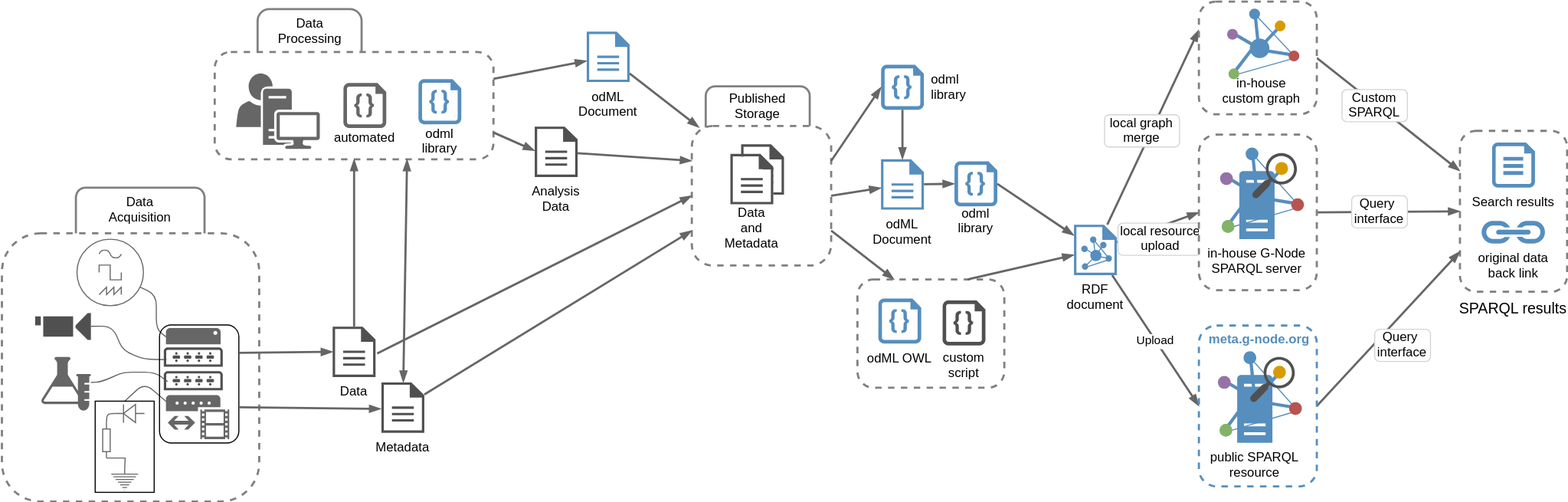
This is 201911a_odml_rdf_article/figures/workflowSchema.svg from mpsonntag/prespost, a draw.io export, as it was before one commit. Source tidied: cells renumbered, new cells last; positions are measured from the earlier drawing's top-left corner, leaving out a move shared by most shapes.
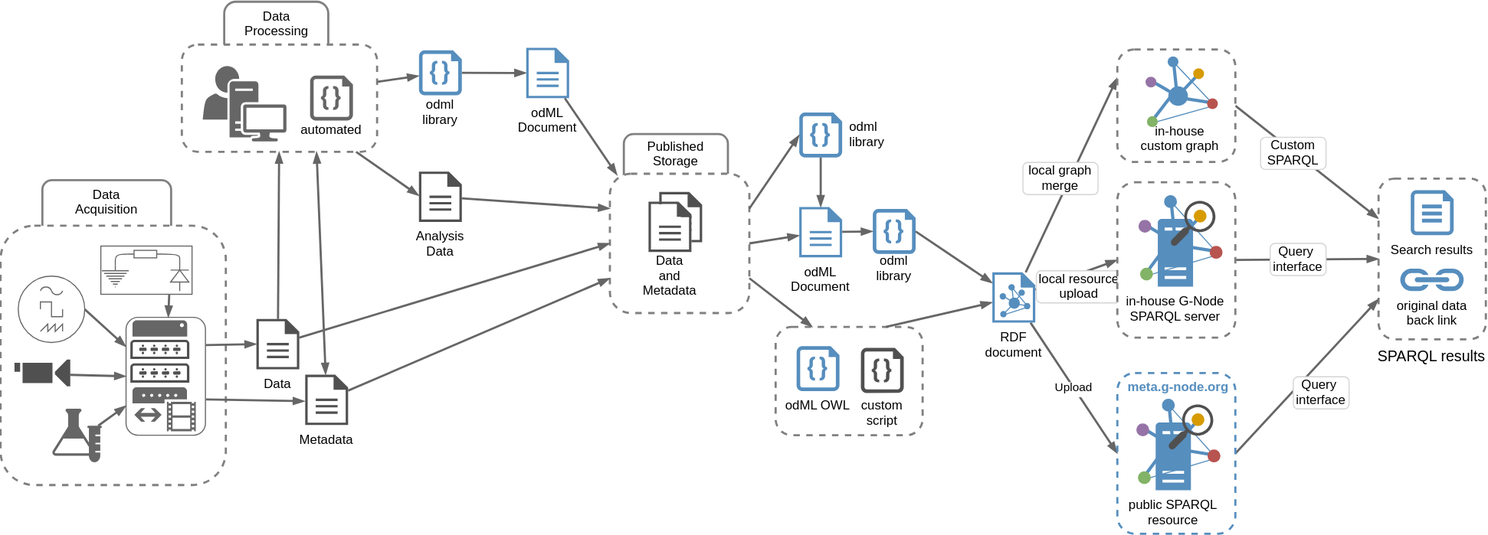
After the commit.

Commit message:
[201911 RDF article] Condense workflowschema

The edit, as a diff of the source:
```diff
@@ -6,10 +6,10 @@
       <mxGeometry x="798" y="259" width="137" height="101" as="geometry" />
     </mxCell>
     <mxCell id="3" style="rounded=1;whiteSpace=wrap;strokeColor=#808080;strokeWidth=2;fillColor=none;gradientColor=none;" parent="1" vertex="1">
-      <mxGeometry x="238.5" y="7" width="97" height="73" as="geometry" />
+      <mxGeometry x="284" y="-44.5" width="97" height="73" as="geometry" />
     </mxCell>
     <mxCell id="4" style="rounded=1;dashed=1;strokeColor=#808080;strokeWidth=2;fillColor=#ffffff;gradientColor=none;fontSize=14;fontColor=#808080;" parent="1" vertex="1">
-      <mxGeometry x="198.5" y="47" width="260" height="100" as="geometry" />
+      <mxGeometry x="244.5" y="-4.5" width="182" height="100" as="geometry" />
     </mxCell>
     <mxCell id="5" style="rounded=1;whiteSpace=wrap;strokeColor=#808080;strokeWidth=2;fillColor=none;gradientColor=none;" parent="1" vertex="1">
       <mxGeometry x="656.5" y="79" width="97" height="60" as="geometry" />
@@ -18,117 +18,31 @@
       <mxGeometry x="643.5" y="116" width="130" height="130" as="geometry" />
     </mxCell>
     <mxCell id="7" style="rounded=1;whiteSpace=wrap;strokeColor=#808080;strokeWidth=2;fillColor=none;gradientColor=none;" parent="1" vertex="1">
-      <mxGeometry x="69" y="173.5" width="120" height="60" as="geometry" />
+      <mxGeometry x="114.5" y="122" width="120" height="60" as="geometry" />
     </mxCell>
     <mxCell id="8" style="rounded=1;whiteSpace=wrap;dashed=1;strokeColor=#808080;strokeWidth=2;fillColor=#ffffff;gradientColor=none;fontSize=14;fontColor=#808080;" parent="1" vertex="1">
-      <mxGeometry y="216" width="240" height="250" as="geometry" />
+      <mxGeometry x="75.5" y="164.5" width="210" height="242" as="geometry" />
     </mxCell>
     <mxCell id="9" value="Data&#10;Acquisition" style="text;strokeColor=none;fillColor=none;align=center;verticalAlign=middle;rounded=0;" parent="1" vertex="1">
-      <mxGeometry x="109" y="184.5" width="40" height="20" as="geometry" />
+      <mxGeometry x="154.5" y="133" width="40" height="20" as="geometry" />
     </mxCell>
     <mxCell id="10" style="shadow=0;dashed=0;strokeColor=none;fillColor=#666666;labelPosition=center;verticalLabelPosition=bottom;verticalAlign=top;shape=mxgraph.office.concepts.lab;" parent="1" vertex="1">
-      <mxGeometry x="36" y="331.2" width="47" height="50" as="geometry" />
+      <mxGeometry x="123" y="335.2" width="47" height="50" as="geometry" />
     </mxCell>
     <mxCell id="11" style="perimeter=ellipsePerimeter;verticalLabelPosition=bottom;shadow=0;dashed=0;align=center;fillColor=#ffffff;verticalAlign=top;strokeWidth=1;shape=mxgraph.electrical.instruments.signal_generator;strokeColor=#666666;" parent="1" vertex="1">
-      <mxGeometry x="70" y="221.5" width="62" height="62" as="geometry" />
+      <mxGeometry x="92" y="211.5" width="62" height="62" as="geometry" />
     </mxCell>
     <mxCell id="12" style="shadow=0;dashed=0;strokeColor=none;fillColor=#505050;labelPosition=center;verticalLabelPosition=bottom;verticalAlign=top;shape=mxgraph.office.devices.video_camera;" parent="1" vertex="1">
-      <mxGeometry x="31" y="290.4" width="52" height="25" as="geometry" />
+      <mxGeometry x="88.5" y="289.4" width="52" height="25" as="geometry" />
     </mxCell>
-    <mxCell id="13" style="endArrow=none;strokeColor=#666666;strokeWidth=1;fontSize=14;fontColor=#808080;entryX=0.005;entryY=0.854;entryPerimeter=0;" parent="1" edge="1" source="11" target="28">
-      <mxGeometry relative="1" as="geometry">
-        <Array as="points">
-          <mxPoint x="144" y="273.5" />
-          <mxPoint x="144" y="305.5" />
-        </Array>
-      </mxGeometry>
-    </mxCell>
-    <mxCell id="14" style="endArrow=none;strokeColor=#666666;strokeWidth=1;fontSize=14;fontColor=#808080;entryX=0.047;entryY=0.629;entryPerimeter=0;" parent="1" edge="1" source="12" target="30">
-      <mxGeometry relative="1" as="geometry">
-        <Array as="points">
-          <mxPoint x="103" y="302.5" />
-          <mxPoint x="113" y="325.5" />
-          <mxPoint x="133" y="333.5" />
-        </Array>
-      </mxGeometry>
-    </mxCell>
-    <mxCell id="15" style="endArrow=none;strokeColor=#666666;strokeWidth=1;fontSize=14;fontColor=#808080;entryX=0.064;entryY=0.545;entryPerimeter=0;" parent="1" edge="1" source="10" target="29">
-      <mxGeometry relative="1" as="geometry">
-        <Array as="points">
-          <mxPoint x="93" y="354.5" />
-          <mxPoint x="113" y="345.5" />
-          <mxPoint x="143" y="345.5" />
-        </Array>
-      </mxGeometry>
-    </mxCell>
-    <mxCell id="16" style="endArrow=none;strokeColor=#666666;strokeWidth=1;fontSize=14;fontColor=#808080;entryX=0.009;entryY=0.153;entryPerimeter=0;exitX=0.5;exitY=0;" parent="1" edge="1" source="18" target="27">
-      <mxGeometry relative="1" as="geometry">
-        <Array as="points">
-          <mxPoint x="133" y="355.5" />
-        </Array>
-      </mxGeometry>
-    </mxCell>
-    <mxCell id="17" style="group;" parent="1" vertex="1">
-      <mxGeometry x="87" y="372.5" width="55" height="85" as="geometry" />
-    </mxCell>
-    <mxCell id="18" style="rounded=0;whiteSpace=wrap;shadow=0;strokeColor=#000000;strokeWidth=1;fillColor=none;gradientColor=none;fontSize=14;fontColor=#808080;" parent="17" vertex="1">
-      <mxGeometry width="55" height="85" as="geometry" />
-    </mxCell>
-    <mxCell id="19" style="group;strokeColor=none;" parent="17" vertex="1">
-      <mxGeometry x="7" y="3" width="39" height="80" as="geometry" />
-    </mxCell>
-    <mxCell id="20" style="fillColor=#000000;verticalLabelPosition=bottom;shadow=0;dashed=0;align=center;fillColor=#ffffff;verticalAlign=top;strokeWidth=1;shape=mxgraph.electrical.diodes.diode;gradientColor=#ffffff;direction=west;strokeColor=#666666;" parent="19" vertex="1">
-      <mxGeometry x="11" width="28" height="17" as="geometry" />
-    </mxCell>
-    <mxCell id="21" style="verticalLabelPosition=bottom;shadow=0;dashed=0;align=center;fillColor=#ffffff;verticalAlign=top;strokeWidth=1;shape=mxgraph.electrical.signal_sources.protective_earth;strokeColor=#666666;" parent="19" vertex="1">
-      <mxGeometry x="8" y="60" width="25" height="20" as="geometry" />
-    </mxCell>
-    <mxCell id="22" style="endArrow=none;strokeColor=#666666;strokeWidth=1;fontSize=14;fontColor=#808080;rounded=0;entryX=1;entryY=0.5;entryPerimeter=0;exitX=0.5;exitY=0;exitPerimeter=0;" parent="19" edge="1" source="21" target="23">
-      <mxGeometry relative="1" as="geometry">
-        <Array as="points">
-          <mxPoint x="21" y="50" />
-        </Array>
-      </mxGeometry>
-    </mxCell>
-    <mxCell id="23" style="verticalLabelPosition=bottom;shadow=0;dashed=0;align=center;fillColor=#ffffff;verticalAlign=top;strokeWidth=1;shape=mxgraph.electrical.resistors.resistor_1;direction=south;strokeColor=#666666;" parent="19" vertex="1">
-      <mxGeometry y="17" width="7" height="33" as="geometry" />
-    </mxCell>
-    <mxCell id="24" style="endArrow=none;strokeColor=#666666;strokeWidth=1;fontSize=14;fontColor=#808080;rounded=1;exitX=1;exitY=0.5;exitPerimeter=0;entryX=0;entryY=0.5;entryPerimeter=0;" parent="19" edge="1" source="20" target="23">
-      <mxGeometry relative="1" as="geometry">
-        <Array as="points">
-          <mxPoint x="4" y="9" />
-        </Array>
-      </mxGeometry>
-    </mxCell>
-    <mxCell id="25" style="group;" parent="1" vertex="1">
-      <mxGeometry x="151" y="272.5" width="113" height="140" as="geometry" />
-    </mxCell>
-    <mxCell id="26" style="group;" parent="25" vertex="1">
-      <mxGeometry width="113" height="140" as="geometry" />
-    </mxCell>
-    <mxCell id="27" style="shadow=0;dashed=0;strokeColor=none;fillColor=#666666;labelPosition=center;verticalLabelPosition=bottom;verticalAlign=top;shape=mxgraph.office.devices.video_gateway;" parent="26" vertex="1">
-      <mxGeometry x="2" y="94.3" width="59" height="41" as="geometry" />
-    </mxCell>
-    <mxCell id="28" style="shadow=0;dashed=0;strokeColor=none;fillColor=#666666;labelPosition=center;verticalLabelPosition=bottom;verticalAlign=top;shape=(stored shape, 552 characters);" parent="26" vertex="1">
-      <mxGeometry x="2" width="51" height="47" as="geometry" />
-    </mxCell>
-    <mxCell id="29" style="shadow=0;dashed=0;strokeColor=none;fillColor=#505050;labelPosition=center;verticalLabelPosition=bottom;verticalAlign=top;shape=mxgraph.office.devices.switch;" parent="26" vertex="1">
-      <mxGeometry y="71.9" width="55" height="18" as="geometry" />
-    </mxCell>
-    <mxCell id="30" style="shadow=0;dashed=0;strokeColor=none;fillColor=#505050;labelPosition=center;verticalLabelPosition=bottom;verticalAlign=top;shape=mxgraph.office.devices.switch;" parent="26" vertex="1">
-      <mxGeometry y="49.9" width="55" height="18" as="geometry" />
-    </mxCell>
-    <mxCell id="31" style="rounded=1;whiteSpace=wrap;fillColor=none;" parent="26" vertex="1">
-      <mxGeometry x="-4" y="29" width="74" height="110" as="geometry" />
-    </mxCell>
     <mxCell id="32" value="automated" style="shadow=0;dashed=0;strokeColor=none;shape=mxgraph.azure.code_file;fillColor=#666666;spacingTop=60;" parent="1" vertex="1">
-      <mxGeometry x="318.5" y="75.8" width="40" height="42" as="geometry" />
+      <mxGeometry x="364" y="24.3" width="40" height="42" as="geometry" />
     </mxCell>
     <mxCell id="33" value="Data" style="shadow=0;dashed=0;strokeColor=none;fillColor=#505050;labelPosition=center;verticalLabelPosition=bottom;verticalAlign=top;outlineConnect=0;align=center;shape=mxgraph.office.concepts.document;" parent="1" vertex="1">
-      <mxGeometry x="308.5" y="303" width="40" height="47" as="geometry" />
+      <mxGeometry x="314" y="251.5" width="40" height="47" as="geometry" />
     </mxCell>
     <mxCell id="34" value="Data &#10;Processing" style="text;strokeColor=none;fillColor=none;align=center;verticalAlign=middle;rounded=0;" parent="1" vertex="1">
-      <mxGeometry x="267.5" y="18" width="40" height="20" as="geometry" />
+      <mxGeometry x="313" y="-33.5" width="40" height="20" as="geometry" />
     </mxCell>
     <mxCell id="35" value="Published&#10;Storage" style="text;strokeColor=none;fillColor=none;align=center;verticalAlign=middle;rounded=0;" parent="1" vertex="1">
       <mxGeometry x="685" y="88" width="40" height="20" as="geometry" />
@@ -155,7 +69,7 @@
       <mxGeometry relative="1" as="geometry" />
     </mxCell>
     <mxCell id="43" style="group;labelPosition=center;verticalLabelPosition=bottom;align=center;verticalAlign=top;" parent="1" vertex="1">
-      <mxGeometry x="218.5" y="47" width="78" height="102" as="geometry" />
+      <mxGeometry x="264" y="-4.5" width="78" height="102" as="geometry" />
     </mxCell>
     <mxCell id="44" style="group;" parent="43" vertex="1">
       <mxGeometry y="20" width="78" height="82" as="geometry" />
@@ -170,7 +84,7 @@
       <mxGeometry x="25" y="14.3" width="53" height="56" as="geometry" />
     </mxCell>
     <mxCell id="48" value="Metadata" style="shadow=0;dashed=0;strokeColor=none;fillColor=#505050;labelPosition=center;verticalLabelPosition=bottom;verticalAlign=top;outlineConnect=0;align=center;shape=mxgraph.office.concepts.document;" parent="1" vertex="1">
-      <mxGeometry x="354" y="355" width="40" height="47" as="geometry" />
+      <mxGeometry x="359.5" y="303.5" width="40" height="47" as="geometry" />
     </mxCell>
     <mxCell id="49" style="endArrow=blockThin;endFill=1;strokeWidth=2;strokeColor=#666666;exitX=1.007;exitY=0.697;exitPerimeter=0;entryX=-0.012;entryY=0.526;entryPerimeter=0;" parent="1" edge="1" source="31" target="48">
       <mxGeometry relative="1" as="geometry" />
@@ -178,28 +92,23 @@
     <mxCell id="50" style="endArrow=blockThin;endFill=1;strokeWidth=2;strokeColor=#666666;entryX=0;entryY=0.75;entryDx=0;entryDy=0;" parent="1" edge="1" source="48" target="6">
       <mxGeometry relative="1" as="geometry" />
     </mxCell>
-    <mxCell id="51" style="endArrow=blockThin;endFill=1;strokeWidth=2;strokeColor=#666666;entryX=0;entryY=0.479;entryDx=0;entryDy=0;exitX=1;exitY=0.75;exitDx=0;exitDy=0;entryPerimeter=0;" parent="1" edge="1" source="4" target="52">
+    <mxCell id="51" style="endArrow=blockThin;endFill=1;strokeWidth=2;strokeColor=#666666;entryX=0;entryY=0.479;entryDx=0;entryDy=0;entryPerimeter=0;" parent="1" edge="1" source="4" target="52">
       <mxGeometry relative="1" as="geometry" />
     </mxCell>
     <mxCell id="52" value="Analysis&#10;Data" style="shadow=0;dashed=0;strokeColor=none;fillColor=#505050;labelPosition=center;verticalLabelPosition=bottom;verticalAlign=top;outlineConnect=0;align=center;shape=mxgraph.office.concepts.document;" parent="1" vertex="1">
-      <mxGeometry x="497" y="116.5" width="40" height="47" as="geometry" />
+      <mxGeometry x="465.5" y="114" width="40" height="47" as="geometry" />
     </mxCell>
     <mxCell id="53" style="endArrow=blockThin;endFill=1;strokeWidth=2;strokeColor=#666666;entryX=0;entryY=0.25;entryDx=0;entryDy=0;" parent="1" edge="1" source="52" target="6">
       <mxGeometry relative="1" as="geometry" />
     </mxCell>
-    <mxCell id="54" style="endArrow=blockThin;endFill=1;strokeWidth=2;strokeColor=#666666;entryX=0;entryY=0.5;entryDx=0;entryDy=0;" parent="1" edge="1" target="6">
-      <mxGeometry relative="1" as="geometry">
-        <mxPoint x="350" y="328" as="sourcePoint" />
-      </mxGeometry>
+    <mxCell id="54" style="endArrow=blockThin;endFill=1;strokeWidth=2;strokeColor=#666666;entryX=0;entryY=0.5;entryDx=0;entryDy=0;" parent="1" edge="1" source="33" target="6">
+      <mxGeometry relative="1" as="geometry" />
     </mxCell>
-    <mxCell id="55" value="odml&#10;library" style="shadow=0;dashed=0;strokeColor=none;shape=mxgraph.azure.code_file;fillColor=#568EBE;spacingTop=-5;labelPosition=center;verticalLabelPosition=bottom;align=center;verticalAlign=top;" parent="1" vertex="1">
-      <mxGeometry x="388.5" y="72.3" width="40" height="42" as="geometry" />
-    </mxCell>
-    <mxCell id="56" style="endArrow=blockThin;endFill=1;exitX=1;exitY=0.25;strokeColor=#666666;strokeWidth=2;exitDx=0;exitDy=0;" parent="1" edge="1" source="4" target="57">
+    <mxCell id="56" style="endArrow=blockThin;endFill=1;exitX=1;exitY=0.5;strokeColor=#666666;strokeWidth=2;exitDx=0;exitDy=0;exitPerimeter=0;" parent="1" edge="1" source="55" target="57">
       <mxGeometry relative="1" as="geometry" />
     </mxCell>
     <mxCell id="57" value="odML&#10;Document" style="shadow=0;dashed=0;strokeColor=none;fillColor=#568EBE;labelPosition=center;verticalLabelPosition=bottom;verticalAlign=top;outlineConnect=0;align=center;shape=mxgraph.office.concepts.document;" parent="1" vertex="1">
-      <mxGeometry x="545.5" y="28" width="40" height="47" as="geometry" />
+      <mxGeometry x="565.5" y="-1.5" width="40" height="47" as="geometry" />
     </mxCell>
     <mxCell id="58" style="endArrow=blockThin;endFill=1;strokeColor=#666666;strokeWidth=2;entryX=0.052;entryY=0.01;entryDx=0;entryDy=0;entryPerimeter=0;" parent="1" edge="1" source="57" target="6">
       <mxGeometry relative="1" as="geometry" />
@@ -528,5 +437,67 @@
     <mxCell id="166" value="&lt;font color=&quot;#568ebe&quot;&gt;&lt;b&gt;meta.g-node.org&lt;/b&gt;&lt;/font&gt;" style="text;html=1;" parent="1" vertex="1">
       <mxGeometry x="1124" y="301" width="110" height="30" as="geometry" />
     </mxCell>
+    <mxCell id="55" value="odml&#10;library" style="shadow=0;dashed=0;strokeColor=none;shape=mxgraph.azure.code_file;fillColor=#568EBE;spacingTop=-5;labelPosition=center;verticalLabelPosition=bottom;align=center;verticalAlign=top;" parent="1" vertex="1">
+      <mxGeometry x="465.5" y="0.8" width="40" height="42" as="geometry" />
+    </mxCell>
+    <mxCell id="167" style="endArrow=blockThin;endFill=1;exitX=1.002;exitY=0.347;strokeColor=#666666;strokeWidth=2;exitDx=0;exitDy=0;exitPerimeter=0;" parent="1" edge="1" source="4" target="55">
+      <mxGeometry relative="1" as="geometry" />
+    </mxCell>
+    <mxCell id="27" style="shadow=0;dashed=0;strokeColor=none;fillColor=#666666;labelPosition=center;verticalLabelPosition=bottom;verticalAlign=top;shape=mxgraph.office.devices.video_gateway;" parent="1" vertex="1">
+      <mxGeometry x="198.5" y="315.3" width="59" height="41" as="geometry" />
+    </mxCell>
+    <mxCell id="28" style="shadow=0;dashed=0;strokeColor=none;fillColor=#666666;labelPosition=center;verticalLabelPosition=bottom;verticalAlign=top;shape=(stored shape, 552 characters);" parent="1" vertex="1">
+      <mxGeometry x="198.5" y="221" width="51" height="47" as="geometry" />
+    </mxCell>
+    <mxCell id="29" style="shadow=0;dashed=0;strokeColor=none;fillColor=#505050;labelPosition=center;verticalLabelPosition=bottom;verticalAlign=top;shape=mxgraph.office.devices.switch;" parent="1" vertex="1">
+      <mxGeometry x="196.5" y="292.9" width="55" height="18" as="geometry" />
+    </mxCell>
+    <mxCell id="30" style="shadow=0;dashed=0;strokeColor=none;fillColor=#505050;labelPosition=center;verticalLabelPosition=bottom;verticalAlign=top;shape=mxgraph.office.devices.switch;" parent="1" vertex="1">
+      <mxGeometry x="196.5" y="270.9" width="55" height="18" as="geometry" />
+    </mxCell>
+    <mxCell id="31" style="rounded=1;whiteSpace=wrap;fillColor=none;fontColor=#666666;strokeColor=#666666;" parent="1" vertex="1">
+      <mxGeometry x="192.5" y="250" width="74" height="110" as="geometry" />
+    </mxCell>
+    <mxCell id="168" style="endArrow=blockThin;endFill=1;strokeWidth=2;strokeColor=#666666;exitX=1;exitY=0.25;exitDx=0;exitDy=0;" parent="1" edge="1" source="18" target="31">
+      <mxGeometry relative="1" as="geometry" />
+    </mxCell>
+    <mxCell id="169" style="endArrow=blockThin;endFill=1;strokeWidth=2;strokeColor=#666666;exitX=1;exitY=0.5;exitPerimeter=0;entryX=0;entryY=0.25;exitDx=0;exitDy=0;entryDx=0;entryDy=0;" parent="1" edge="1" source="11" target="31">
+      <mxGeometry relative="1" as="geometry" />
+    </mxCell>
+    <mxCell id="170" style="endArrow=blockThin;endFill=1;strokeWidth=2;strokeColor=#666666;exitX=0.994;exitY=0.57;exitPerimeter=0;entryX=0;entryY=0.5;exitDx=0;exitDy=0;entryDx=0;entryDy=0;" parent="1" edge="1" source="12" target="31">
+      <mxGeometry relative="1" as="geometry" />
+    </mxCell>
+    <mxCell id="171" style="endArrow=blockThin;endFill=1;strokeWidth=2;strokeColor=#666666;exitX=0.926;exitY=0.319;exitPerimeter=0;entryX=0;entryY=0.75;exitDx=0;exitDy=0;entryDx=0;entryDy=0;" parent="1" edge="1" source="10" target="31">
+      <mxGeometry relative="1" as="geometry" />
+    </mxCell>
+    <mxCell id="172" style="group;" parent="1" vertex="1">
+      <mxGeometry x="169" y="183.5" width="85" height="45" as="geometry" />
+    </mxCell>
+    <mxCell id="18" style="rounded=0;whiteSpace=wrap;shadow=0;strokeColor=#666666;strokeWidth=1;fillColor=none;gradientColor=none;fontSize=14;fontColor=#808080;direction=south;" parent="172" vertex="1">
+      <mxGeometry width="85" height="45" as="geometry" />
+    </mxCell>
+    <mxCell id="20" style="fillColor=#000000;verticalLabelPosition=bottom;shadow=0;dashed=0;align=center;fillColor=#ffffff;verticalAlign=top;strokeWidth=1;shape=mxgraph.electrical.diodes.diode;gradientColor=#ffffff;direction=north;strokeColor=#666666;" parent="172" vertex="1">
+      <mxGeometry x="65" y="14" width="17" height="28" as="geometry" />
+    </mxCell>
+    <mxCell id="21" style="verticalLabelPosition=bottom;shadow=0;dashed=0;align=center;fillColor=#ffffff;verticalAlign=top;strokeWidth=1;shape=mxgraph.electrical.signal_sources.protective_earth;strokeColor=#666666;direction=east;" parent="172" vertex="1">
+      <mxGeometry x="1" y="18" width="25" height="20" as="geometry" />
+    </mxCell>
+    <mxCell id="23" style="verticalLabelPosition=bottom;shadow=0;dashed=0;align=center;fillColor=#ffffff;verticalAlign=top;strokeWidth=1;shape=mxgraph.electrical.resistors.resistor_1;direction=west;strokeColor=#666666;" parent="172" vertex="1">
+      <mxGeometry x="25" y="4" width="33" height="7" as="geometry" />
+    </mxCell>
+    <mxCell id="24" style="endArrow=none;strokeColor=#666666;strokeWidth=1;fontSize=14;fontColor=#808080;rounded=1;entryX=0;entryY=0.5;entryDx=0;entryDy=0;entryPerimeter=0;exitX=1;exitY=0.5;exitDx=0;exitDy=0;exitPerimeter=0;" parent="172" edge="1" source="20" target="23">
+      <mxGeometry relative="1" as="geometry">
+        <Array as="points">
+          <mxPoint x="73.5" y="8" />
+        </Array>
+      </mxGeometry>
+    </mxCell>
+    <mxCell id="173" style="endArrow=none;strokeColor=#666666;strokeWidth=1;fontSize=14;fontColor=#808080;rounded=1;entryX=0.5;entryY=0;entryDx=0;entryDy=0;entryPerimeter=0;exitX=1;exitY=0.5;exitDx=0;exitDy=0;exitPerimeter=0;" parent="172" edge="1" source="23" target="21">
+      <mxGeometry relative="1" as="geometry">
+        <Array as="points">
+          <mxPoint x="13.5" y="8" />
+        </Array>
+      </mxGeometry>
+    </mxCell>
   </root>
 </mxGraphModel>
```
